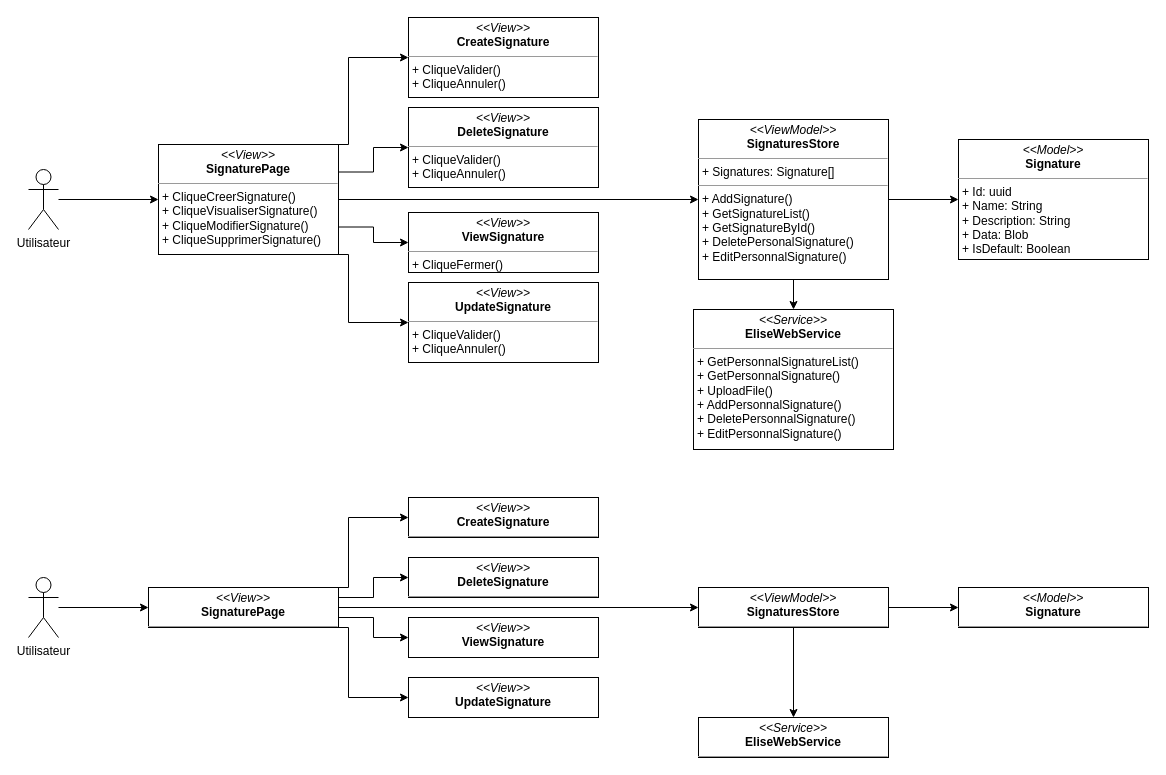
Earlier version of the draw.io diagram dcpSignatures.drawio (PFE-Neoledge-2023/rapport). Source tidied: cells renumbered, new cells numbered last; positions are measured from the earlier drawing's top-left corner, leaving out a move shared by most shapes. Both pictures are drawn from the tidied source at 100%, with x=0, y=0 at pixel (28, 17).
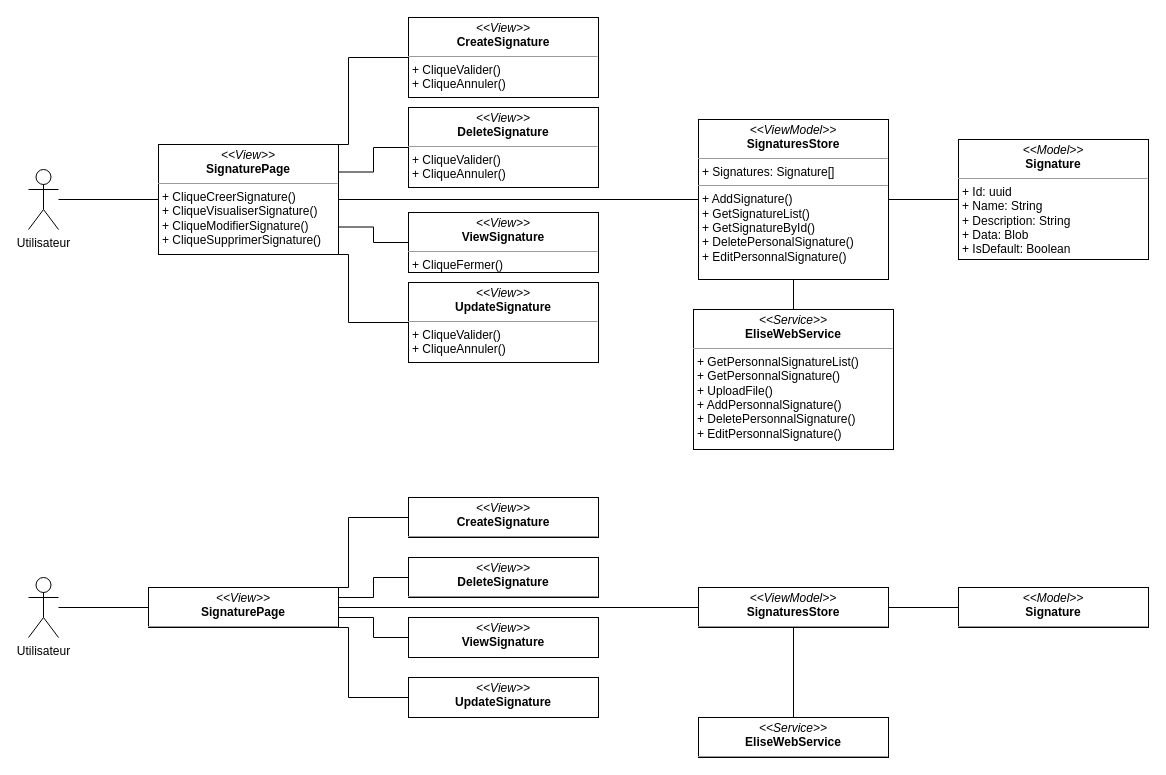
After the change.

The change refers to these unchanged cells:
```xml
<mxCell id="3" value="Utilisateur" style="shape=umlActor;verticalLabelPosition=bottom;verticalAlign=top;html=1;outlineConnect=0;" parent="1" vertex="1">
  <mxGeometry y="152" width="30" height="60" as="geometry" />
</mxCell>
<mxCell id="9" value="&lt;p style=&quot;margin:0px;margin-top:4px;text-align:center;&quot;&gt;&lt;i&gt;&amp;lt;&amp;lt;View&amp;gt;&amp;gt;&lt;/i&gt;&lt;br&gt;&lt;b&gt;SignaturePage&lt;/b&gt;&lt;br&gt;&lt;/p&gt;&lt;hr style=&quot;border-color: var(--border-color);&quot; size=&quot;1&quot;&gt;&lt;p style=&quot;border-color: var(--border-color); margin: 0px 0px 0px 4px;&quot;&gt;+ CliqueCreerSignature()&lt;/p&gt;&lt;p style=&quot;border-color: var(--border-color); margin: 0px 0px 0px 4px;&quot;&gt;+ CliqueVisualiserSignature()&lt;/p&gt;&lt;p style=&quot;border-color: var(--border-color); margin: 0px 0px 0px 4px;&quot;&gt;+ CliqueModifierSignature()&lt;/p&gt;&lt;p style=&quot;border-color: var(--border-color); margin: 0px 0px 0px 4px;&quot;&gt;+ CliqueSupprimerSignature()&lt;/p&gt;" style="verticalAlign=top;align=left;overflow=fill;fontSize=12;fontFamily=Helvetica;html=1;whiteSpace=wrap;" parent="1" vertex="1">
  <mxGeometry x="130" y="127" width="180" height="110" as="geometry" />
</mxCell>
<mxCell id="11" value="&lt;p style=&quot;margin:0px;margin-top:4px;text-align:center;&quot;&gt;&lt;i&gt;&amp;lt;&amp;lt;ViewModel&amp;gt;&amp;gt;&lt;/i&gt;&lt;br&gt;&lt;b&gt;SignaturesStore&lt;/b&gt;&lt;/p&gt;&lt;hr size=&quot;1&quot;&gt;&lt;p style=&quot;margin:0px;margin-left:4px;&quot;&gt;+ Signatures: Signature[]&lt;br&gt;&lt;/p&gt;&lt;hr size=&quot;1&quot;&gt;&lt;p style=&quot;margin:0px;margin-left:4px;&quot;&gt;+ AddSignature()&lt;/p&gt;&lt;p style=&quot;margin:0px;margin-left:4px;&quot;&gt;+ GetSignatureList()&lt;/p&gt;&lt;p style=&quot;margin: 0px 0px 0px 4px;&quot;&gt;+ GetSignatureById()&lt;/p&gt;&lt;p style=&quot;margin:0px;margin-left:4px;&quot;&gt;+ DeletePersonalSignature()&lt;/p&gt;&lt;p style=&quot;margin:0px;margin-left:4px;&quot;&gt;+ EditPersonnalSignature()&lt;/p&gt;" style="verticalAlign=top;align=left;overflow=fill;fontSize=12;fontFamily=Helvetica;html=1;whiteSpace=wrap;" parent="1" vertex="1">
  <mxGeometry x="670" y="102" width="190" height="160" as="geometry" />
</mxCell>
<mxCell id="12" value="&lt;p style=&quot;margin:0px;margin-top:4px;text-align:center;&quot;&gt;&lt;i&gt;&amp;lt;&amp;lt;View&amp;gt;&amp;gt;&lt;/i&gt;&lt;br&gt;&lt;b&gt;CreateSignature&lt;/b&gt;&lt;/p&gt;&lt;hr size=&quot;1&quot;&gt;&lt;p style=&quot;margin:0px;margin-left:4px;&quot;&gt;&lt;/p&gt;&lt;p style=&quot;margin:0px;margin-left:4px;&quot;&gt;+ CliqueValider()&lt;/p&gt;&lt;p style=&quot;margin:0px;margin-left:4px;&quot;&gt;+ CliqueAnnuler()&lt;/p&gt;" style="verticalAlign=top;align=left;overflow=fill;fontSize=12;fontFamily=Helvetica;html=1;whiteSpace=wrap;" parent="1" vertex="1">
  <mxGeometry x="380" width="190" height="80" as="geometry" />
</mxCell>
<mxCell id="13" value="&lt;p style=&quot;margin:0px;margin-top:4px;text-align:center;&quot;&gt;&lt;i&gt;&amp;lt;&amp;lt;View&amp;gt;&amp;gt;&lt;/i&gt;&lt;br&gt;&lt;b&gt;UpdateSignature&lt;/b&gt;&lt;/p&gt;&lt;hr size=&quot;1&quot;&gt;&lt;p style=&quot;margin:0px;margin-left:4px;&quot;&gt;&lt;/p&gt;&lt;p style=&quot;border-color: var(--border-color); margin: 0px 0px 0px 4px;&quot;&gt;+ CliqueValider()&lt;/p&gt;&lt;p style=&quot;border-color: var(--border-color); margin: 0px 0px 0px 4px;&quot;&gt;+ CliqueAnnuler()&lt;/p&gt;" style="verticalAlign=top;align=left;overflow=fill;fontSize=12;fontFamily=Helvetica;html=1;whiteSpace=wrap;" parent="1" vertex="1">
  <mxGeometry x="380" y="265" width="190" height="80" as="geometry" />
</mxCell>
<mxCell id="14" value="&lt;p style=&quot;margin:0px;margin-top:4px;text-align:center;&quot;&gt;&lt;i&gt;&amp;lt;&amp;lt;View&amp;gt;&amp;gt;&lt;/i&gt;&lt;br&gt;&lt;b&gt;DeleteSignature&lt;/b&gt;&lt;/p&gt;&lt;hr size=&quot;1&quot;&gt;&lt;p style=&quot;margin:0px;margin-left:4px;&quot;&gt;&lt;/p&gt;&lt;p style=&quot;border-color: var(--border-color); margin: 0px 0px 0px 4px;&quot;&gt;+ CliqueValider()&lt;/p&gt;&lt;p style=&quot;border-color: var(--border-color); margin: 0px 0px 0px 4px;&quot;&gt;+ CliqueAnnuler()&lt;/p&gt;" style="verticalAlign=top;align=left;overflow=fill;fontSize=12;fontFamily=Helvetica;html=1;whiteSpace=wrap;" parent="1" vertex="1">
  <mxGeometry x="380" y="90" width="190" height="80" as="geometry" />
</mxCell>
<mxCell id="15" value="&lt;p style=&quot;margin:0px;margin-top:4px;text-align:center;&quot;&gt;&lt;i&gt;&amp;lt;&amp;lt;View&amp;gt;&amp;gt;&lt;/i&gt;&lt;br&gt;&lt;b&gt;ViewSignature&lt;/b&gt;&lt;/p&gt;&lt;hr size=&quot;1&quot;&gt;&lt;p style=&quot;margin:0px;margin-left:4px;&quot;&gt;&lt;/p&gt;&lt;p style=&quot;border-color: var(--border-color); margin: 0px 0px 0px 4px;&quot;&gt;+ CliqueFermer()&lt;/p&gt;" style="verticalAlign=top;align=left;overflow=fill;fontSize=12;fontFamily=Helvetica;html=1;whiteSpace=wrap;" parent="1" vertex="1">
  <mxGeometry x="380" y="195" width="190" height="60" as="geometry" />
</mxCell>
<mxCell id="16" value="&lt;p style=&quot;margin:0px;margin-top:4px;text-align:center;&quot;&gt;&lt;i&gt;&amp;lt;&amp;lt;Model&amp;gt;&amp;gt;&lt;/i&gt;&lt;br&gt;&lt;b&gt;Signature&lt;/b&gt;&lt;/p&gt;&lt;hr size=&quot;1&quot;&gt;&lt;p style=&quot;margin:0px;margin-left:4px;&quot;&gt;+ Id: uuid&lt;br&gt;&lt;/p&gt;&lt;p style=&quot;margin:0px;margin-left:4px;&quot;&gt;+ Name: String&lt;/p&gt;&lt;p style=&quot;margin:0px;margin-left:4px;&quot;&gt;+ Description: String&lt;/p&gt;&lt;p style=&quot;margin:0px;margin-left:4px;&quot;&gt;+ Data: Blob&lt;/p&gt;&lt;p style=&quot;margin:0px;margin-left:4px;&quot;&gt;+ IsDefault: Boolean&lt;/p&gt;" style="verticalAlign=top;align=left;overflow=fill;fontSize=12;fontFamily=Helvetica;html=1;whiteSpace=wrap;" parent="1" vertex="1">
  <mxGeometry x="930" y="122" width="190" height="120" as="geometry" />
</mxCell>
<mxCell id="18" value="&lt;p style=&quot;margin:0px;margin-top:4px;text-align:center;&quot;&gt;&lt;i&gt;&amp;lt;&amp;lt;Service&amp;gt;&amp;gt;&lt;/i&gt;&lt;br&gt;&lt;b&gt;EliseWebService&lt;/b&gt;&lt;/p&gt;&lt;hr size=&quot;1&quot;&gt;&lt;p style=&quot;margin:0px;margin-left:4px;&quot;&gt;&lt;/p&gt;&lt;p style=&quot;margin:0px;margin-left:4px;&quot;&gt;+ GetPersonnalSignatureList()&lt;/p&gt;&lt;p style=&quot;margin:0px;margin-left:4px;&quot;&gt;+ GetPersonnalSignature()&lt;/p&gt;&lt;p style=&quot;margin:0px;margin-left:4px;&quot;&gt;+ UploadFile()&lt;/p&gt;&lt;p style=&quot;margin:0px;margin-left:4px;&quot;&gt;+ AddPersonnalSignature()&lt;/p&gt;&lt;p style=&quot;margin:0px;margin-left:4px;&quot;&gt;+ DeletePersonnalSignature()&lt;/p&gt;&lt;p style=&quot;margin:0px;margin-left:4px;&quot;&gt;+ EditPersonnalSignature()&lt;br&gt;&lt;/p&gt;" style="verticalAlign=top;align=left;overflow=fill;fontSize=12;fontFamily=Helvetica;html=1;whiteSpace=wrap;" parent="1" vertex="1">
  <mxGeometry x="665" y="292" width="200" height="140" as="geometry" />
</mxCell>
<mxCell id="20" value="Utilisateur" style="shape=umlActor;verticalLabelPosition=bottom;verticalAlign=top;html=1;outlineConnect=0;" parent="1" vertex="1">
  <mxGeometry y="560" width="30" height="60" as="geometry" />
</mxCell>
<mxCell id="26" value="&lt;p style=&quot;margin:0px;margin-top:4px;text-align:center;&quot;&gt;&lt;i&gt;&amp;lt;&amp;lt;View&amp;gt;&amp;gt;&lt;/i&gt;&lt;br&gt;&lt;b&gt;SignaturePage&lt;/b&gt;&lt;br&gt;&lt;/p&gt;&lt;hr size=&quot;1&quot;&gt;&lt;p style=&quot;margin:0px;margin-left:4px;&quot;&gt;&lt;/p&gt;&lt;p style=&quot;margin:0px;margin-left:4px;&quot;&gt;&lt;br&gt;&lt;/p&gt;" style="verticalAlign=top;align=left;overflow=fill;fontSize=12;fontFamily=Helvetica;html=1;whiteSpace=wrap;" parent="1" vertex="1">
  <mxGeometry x="120" y="570" width="190" height="40" as="geometry" />
</mxCell>
<mxCell id="28" value="&lt;p style=&quot;margin:0px;margin-top:4px;text-align:center;&quot;&gt;&lt;i&gt;&amp;lt;&amp;lt;ViewModel&amp;gt;&amp;gt;&lt;/i&gt;&lt;br&gt;&lt;b&gt;SignaturesStore&lt;/b&gt;&lt;br&gt;&lt;/p&gt;&lt;hr size=&quot;1&quot;&gt;&lt;p style=&quot;margin:0px;margin-left:4px;&quot;&gt;&lt;br&gt;&lt;/p&gt;" style="verticalAlign=top;align=left;overflow=fill;fontSize=12;fontFamily=Helvetica;html=1;whiteSpace=wrap;" parent="1" vertex="1">
  <mxGeometry x="670" y="570" width="190" height="40" as="geometry" />
</mxCell>
<mxCell id="29" value="&lt;p style=&quot;margin:0px;margin-top:4px;text-align:center;&quot;&gt;&lt;i&gt;&amp;lt;&amp;lt;View&amp;gt;&amp;gt;&lt;/i&gt;&lt;br&gt;&lt;b&gt;CreateSignature&lt;/b&gt;&lt;br&gt;&lt;/p&gt;&lt;hr size=&quot;1&quot;&gt;&lt;p style=&quot;margin:0px;margin-left:4px;&quot;&gt;&lt;/p&gt;&lt;p style=&quot;margin:0px;margin-left:4px;&quot;&gt;&lt;br&gt;&lt;/p&gt;" style="verticalAlign=top;align=left;overflow=fill;fontSize=12;fontFamily=Helvetica;html=1;whiteSpace=wrap;" parent="1" vertex="1">
  <mxGeometry x="380" y="480" width="190" height="40" as="geometry" />
</mxCell>
<mxCell id="30" value="&lt;p style=&quot;margin:0px;margin-top:4px;text-align:center;&quot;&gt;&lt;i&gt;&amp;lt;&amp;lt;View&amp;gt;&amp;gt;&lt;/i&gt;&lt;br&gt;&lt;b&gt;UpdateSignature&lt;/b&gt;&lt;br&gt;&lt;/p&gt;&lt;div&gt;&lt;b&gt;&lt;br&gt;&lt;/b&gt;&lt;/div&gt;&lt;hr size=&quot;1&quot;&gt;&lt;p style=&quot;margin:0px;margin-left:4px;&quot;&gt;&lt;/p&gt;&lt;p style=&quot;margin:0px;margin-left:4px;&quot;&gt;&lt;br&gt;&lt;/p&gt;" style="verticalAlign=top;align=left;overflow=fill;fontSize=12;fontFamily=Helvetica;html=1;whiteSpace=wrap;" parent="1" vertex="1">
  <mxGeometry x="380" y="660" width="190" height="40" as="geometry" />
</mxCell>
<mxCell id="31" value="&lt;p style=&quot;margin:0px;margin-top:4px;text-align:center;&quot;&gt;&lt;i&gt;&amp;lt;&amp;lt;View&amp;gt;&amp;gt;&lt;/i&gt;&lt;br&gt;&lt;b&gt;DeleteSignature&lt;/b&gt;&lt;br&gt;&lt;/p&gt;&lt;hr size=&quot;1&quot;&gt;&lt;p style=&quot;margin:0px;margin-left:4px;&quot;&gt;&lt;/p&gt;&lt;p style=&quot;margin:0px;margin-left:4px;&quot;&gt;&lt;br&gt;&lt;/p&gt;" style="verticalAlign=top;align=left;overflow=fill;fontSize=12;fontFamily=Helvetica;html=1;whiteSpace=wrap;" parent="1" vertex="1">
  <mxGeometry x="380" y="540" width="190" height="40" as="geometry" />
</mxCell>
<mxCell id="32" value="&lt;p style=&quot;margin:0px;margin-top:4px;text-align:center;&quot;&gt;&lt;i&gt;&amp;lt;&amp;lt;View&amp;gt;&amp;gt;&lt;/i&gt;&lt;br&gt;&lt;b&gt;ViewSignature&lt;/b&gt;&lt;br&gt;&lt;/p&gt;&lt;div&gt;&lt;b&gt;&lt;br&gt;&lt;/b&gt;&lt;/div&gt;&lt;hr size=&quot;1&quot;&gt;&lt;p style=&quot;margin:0px;margin-left:4px;&quot;&gt;&lt;/p&gt;&lt;p style=&quot;margin:0px;margin-left:4px;&quot;&gt;&lt;br&gt;&lt;/p&gt;" style="verticalAlign=top;align=left;overflow=fill;fontSize=12;fontFamily=Helvetica;html=1;whiteSpace=wrap;" parent="1" vertex="1">
  <mxGeometry x="380" y="600" width="190" height="40" as="geometry" />
</mxCell>
<mxCell id="33" value="&lt;p style=&quot;margin:0px;margin-top:4px;text-align:center;&quot;&gt;&lt;i&gt;&amp;lt;&amp;lt;Model&amp;gt;&amp;gt;&lt;/i&gt;&lt;br&gt;&lt;b&gt;Signature&lt;/b&gt;&lt;/p&gt;&lt;hr size=&quot;1&quot;&gt;&lt;p style=&quot;margin:0px;margin-left:4px;&quot;&gt;&lt;br&gt;&lt;/p&gt;" style="verticalAlign=top;align=left;overflow=fill;fontSize=12;fontFamily=Helvetica;html=1;whiteSpace=wrap;" parent="1" vertex="1">
  <mxGeometry x="930" y="570" width="190" height="40" as="geometry" />
</mxCell>
<mxCell id="35" value="&lt;p style=&quot;margin:0px;margin-top:4px;text-align:center;&quot;&gt;&lt;i&gt;&amp;lt;&amp;lt;Service&amp;gt;&amp;gt;&lt;/i&gt;&lt;br&gt;&lt;b&gt;EliseWebService&lt;/b&gt;&lt;/p&gt;&lt;hr size=&quot;1&quot;&gt;&lt;p style=&quot;margin:0px;margin-left:4px;&quot;&gt;&lt;/p&gt;&lt;p style=&quot;margin:0px;margin-left:4px;&quot;&gt;&lt;br&gt;&lt;/p&gt;" style="verticalAlign=top;align=left;overflow=fill;fontSize=12;fontFamily=Helvetica;html=1;whiteSpace=wrap;" parent="1" vertex="1">
  <mxGeometry x="670" y="700" width="190" height="40" as="geometry" />
</mxCell>
```

What changed in the source:
```diff
@@
-    <mxCell id="2" style="edgeStyle=orthogonalEdgeStyle;rounded=0;jettySize=auto;html=1;entryX=0;entryY=0.5;entryDx=0;entryDy=0;" parent="1" edge="1" source="3" target="9">
+    <mxCell id="2" style="edgeStyle=orthogonalEdgeStyle;rounded=0;jettySize=auto;html=1;entryX=0;entryY=0.5;entryDx=0;entryDy=0;endArrow=none;endFill=0;" parent="1" edge="1" source="3" target="9">
       <mxGeometry relative="1" as="geometry" />
     </mxCell>
@@
-    <mxCell id="4" style="edgeStyle=orthogonalEdgeStyle;rounded=0;jettySize=auto;html=1;entryX=0;entryY=0.5;entryDx=0;entryDy=0;startArrow=none;startFill=0;" parent="1" edge="1" source="9" target="11">
+    <mxCell id="4" style="edgeStyle=orthogonalEdgeStyle;rounded=0;jettySize=auto;html=1;entryX=0;entryY=0.5;entryDx=0;entryDy=0;startArrow=none;startFill=0;endArrow=none;endFill=0;" parent="1" edge="1" source="9" target="11">
       <mxGeometry relative="1" as="geometry" />
     </mxCell>
-    <mxCell id="5" style="edgeStyle=orthogonalEdgeStyle;html=1;exitX=1;exitY=0.25;exitDx=0;exitDy=0;entryX=0;entryY=0.5;entryDx=0;entryDy=0;startArrow=none;startFill=0;endArrow=classic;endFill=1;rounded=0;" parent="1" edge="1" source="9" target="14">
+    <mxCell id="5" style="edgeStyle=orthogonalEdgeStyle;html=1;exitX=1;exitY=0.25;exitDx=0;exitDy=0;entryX=0;entryY=0.5;entryDx=0;entryDy=0;startArrow=none;startFill=0;endArrow=none;endFill=0;rounded=0;" parent="1" edge="1" source="9" target="14">
       <mxGeometry relative="1" as="geometry" />
     </mxCell>
-    <mxCell id="6" style="edgeStyle=orthogonalEdgeStyle;rounded=0;html=1;exitX=1;exitY=0;exitDx=0;exitDy=0;entryX=0;entryY=0.5;entryDx=0;entryDy=0;startArrow=none;startFill=0;endArrow=classic;endFill=1;" parent="1" edge="1" source="9" target="12">
+    <mxCell id="6" style="edgeStyle=orthogonalEdgeStyle;rounded=0;html=1;exitX=1;exitY=0;exitDx=0;exitDy=0;entryX=0;entryY=0.5;entryDx=0;entryDy=0;startArrow=none;startFill=0;endArrow=none;endFill=0;" parent="1" edge="1" source="9" target="12">
       <mxGeometry relative="1" as="geometry">
         <Array as="points">
           <mxPoint x="320" y="127" />
           <mxPoint x="320" y="40" />
         </Array>
       </mxGeometry>
     </mxCell>
-    <mxCell id="7" style="edgeStyle=orthogonalEdgeStyle;rounded=0;html=1;exitX=1;exitY=0.75;exitDx=0;exitDy=0;entryX=0;entryY=0.5;entryDx=0;entryDy=0;startArrow=none;startFill=0;endArrow=classic;endFill=1;" parent="1" edge="1" source="9" target="15">
+    <mxCell id="7" style="edgeStyle=orthogonalEdgeStyle;rounded=0;html=1;exitX=1;exitY=0.75;exitDx=0;exitDy=0;entryX=0;entryY=0.5;entryDx=0;entryDy=0;startArrow=none;startFill=0;endArrow=none;endFill=0;" parent="1" edge="1" source="9" target="15">
       <mxGeometry relative="1" as="geometry" />
     </mxCell>
-    <mxCell id="8" style="edgeStyle=orthogonalEdgeStyle;rounded=0;html=1;exitX=1;exitY=1;exitDx=0;exitDy=0;entryX=0;entryY=0.5;entryDx=0;entryDy=0;startArrow=none;startFill=0;endArrow=classic;endFill=1;" parent="1" edge="1" source="9" target="13">
+    <mxCell id="8" style="edgeStyle=orthogonalEdgeStyle;rounded=0;html=1;exitX=1;exitY=1;exitDx=0;exitDy=0;entryX=0;entryY=0.5;entryDx=0;entryDy=0;startArrow=none;startFill=0;endArrow=none;endFill=0;" parent="1" edge="1" source="9" target="13">
       <mxGeometry relative="1" as="geometry">
         <Array as="points">
           <mxPoint x="320" y="237" />
           <mxPoint x="320" y="305" />
         </Array>
       </mxGeometry>
     </mxCell>
@@
-    <mxCell id="10" style="edgeStyle=orthogonalEdgeStyle;rounded=0;jettySize=auto;html=1;startArrow=none;startFill=0;" parent="1" edge="1" source="11" target="16">
+    <mxCell id="10" style="edgeStyle=orthogonalEdgeStyle;rounded=0;jettySize=auto;html=1;startArrow=none;startFill=0;endArrow=none;endFill=0;" parent="1" edge="1" source="11" target="16">
       <mxGeometry relative="1" as="geometry" />
     </mxCell>
@@
-    <mxCell id="17" style="edgeStyle=orthogonalEdgeStyle;rounded=0;jettySize=auto;html=1;entryX=0.5;entryY=1;entryDx=0;entryDy=0;startArrow=classic;startFill=1;endArrow=none;endFill=0;" parent="1" edge="1" source="18" target="11">
+    <mxCell id="17" style="edgeStyle=orthogonalEdgeStyle;rounded=0;jettySize=auto;html=1;entryX=0.5;entryY=1;entryDx=0;entryDy=0;startArrow=none;startFill=0;endArrow=none;endFill=0;" parent="1" edge="1" source="18" target="11">
       <mxGeometry relative="1" as="geometry" />
     </mxCell>
@@
-    <mxCell id="19" style="edgeStyle=orthogonalEdgeStyle;rounded=0;jettySize=auto;html=1;entryX=0;entryY=0.5;entryDx=0;entryDy=0;" parent="1" edge="1" source="20" target="26">
+    <mxCell id="19" style="edgeStyle=orthogonalEdgeStyle;rounded=0;jettySize=auto;html=1;entryX=0;entryY=0.5;entryDx=0;entryDy=0;endArrow=none;endFill=0;" parent="1" edge="1" source="20" target="26">
       <mxGeometry relative="1" as="geometry" />
     </mxCell>
@@
-    <mxCell id="21" style="edgeStyle=orthogonalEdgeStyle;rounded=0;jettySize=auto;html=1;entryX=0;entryY=0.5;entryDx=0;entryDy=0;startArrow=none;startFill=0;" parent="1" edge="1" source="26" target="28">
+    <mxCell id="21" style="edgeStyle=orthogonalEdgeStyle;rounded=0;jettySize=auto;html=1;entryX=0;entryY=0.5;entryDx=0;entryDy=0;startArrow=none;startFill=0;endArrow=none;endFill=0;" parent="1" edge="1" source="26" target="28">
       <mxGeometry relative="1" as="geometry" />
     </mxCell>
-    <mxCell id="22" style="edgeStyle=orthogonalEdgeStyle;rounded=0;html=1;exitX=1;exitY=0;exitDx=0;exitDy=0;entryX=0;entryY=0.5;entryDx=0;entryDy=0;startArrow=none;startFill=0;endArrow=classic;endFill=1;" parent="1" edge="1" source="26" target="29">
+    <mxCell id="22" style="edgeStyle=orthogonalEdgeStyle;rounded=0;html=1;exitX=1;exitY=0;exitDx=0;exitDy=0;entryX=0;entryY=0.5;entryDx=0;entryDy=0;startArrow=none;startFill=0;endArrow=none;endFill=0;" parent="1" edge="1" source="26" target="29">
       <mxGeometry relative="1" as="geometry">
         <Array as="points">
           <mxPoint x="320" y="570" />
           <mxPoint x="320" y="500" />
         </Array>
       </mxGeometry>
     </mxCell>
-    <mxCell id="23" style="edgeStyle=orthogonalEdgeStyle;rounded=0;html=1;exitX=1;exitY=0.25;exitDx=0;exitDy=0;entryX=0;entryY=0.5;entryDx=0;entryDy=0;startArrow=none;startFill=0;endArrow=classic;endFill=1;" parent="1" edge="1" source="26" target="31">
+    <mxCell id="23" style="edgeStyle=orthogonalEdgeStyle;rounded=0;html=1;exitX=1;exitY=0.25;exitDx=0;exitDy=0;entryX=0;entryY=0.5;entryDx=0;entryDy=0;startArrow=none;startFill=0;endArrow=none;endFill=0;" parent="1" edge="1" source="26" target="31">
       <mxGeometry relative="1" as="geometry" />
     </mxCell>
-    <mxCell id="24" style="edgeStyle=orthogonalEdgeStyle;rounded=0;html=1;exitX=1;exitY=0.75;exitDx=0;exitDy=0;entryX=0;entryY=0.5;entryDx=0;entryDy=0;startArrow=none;startFill=0;endArrow=classic;endFill=1;" parent="1" edge="1" source="26" target="32">
+    <mxCell id="24" style="edgeStyle=orthogonalEdgeStyle;rounded=0;html=1;exitX=1;exitY=0.75;exitDx=0;exitDy=0;entryX=0;entryY=0.5;entryDx=0;entryDy=0;startArrow=none;startFill=0;endArrow=none;endFill=0;" parent="1" edge="1" source="26" target="32">
       <mxGeometry relative="1" as="geometry" />
     </mxCell>
-    <mxCell id="25" style="edgeStyle=orthogonalEdgeStyle;rounded=0;html=1;exitX=1;exitY=1;exitDx=0;exitDy=0;entryX=0;entryY=0.5;entryDx=0;entryDy=0;startArrow=none;startFill=0;endArrow=classic;endFill=1;" parent="1" edge="1" source="26" target="30">
+    <mxCell id="25" style="edgeStyle=orthogonalEdgeStyle;rounded=0;html=1;exitX=1;exitY=1;exitDx=0;exitDy=0;entryX=0;entryY=0.5;entryDx=0;entryDy=0;startArrow=none;startFill=0;endArrow=none;endFill=0;" parent="1" edge="1" source="26" target="30">
       <mxGeometry relative="1" as="geometry">
         <Array as="points">
           <mxPoint x="320" y="610" />
           <mxPoint x="320" y="680" />
         </Array>
       </mxGeometry>
     </mxCell>
@@
-    <mxCell id="27" style="edgeStyle=orthogonalEdgeStyle;rounded=0;jettySize=auto;html=1;startArrow=none;startFill=0;" parent="1" edge="1" source="28" target="33">
+    <mxCell id="27" style="edgeStyle=orthogonalEdgeStyle;rounded=0;jettySize=auto;html=1;startArrow=none;startFill=0;endArrow=none;endFill=0;" parent="1" edge="1" source="28" target="33">
       <mxGeometry relative="1" as="geometry" />
     </mxCell>
@@
-    <mxCell id="34" style="edgeStyle=orthogonalEdgeStyle;rounded=0;jettySize=auto;html=1;entryX=0.5;entryY=1;entryDx=0;entryDy=0;startArrow=classic;startFill=1;endArrow=none;endFill=0;" parent="1" edge="1" source="35" target="28">
+    <mxCell id="34" style="edgeStyle=orthogonalEdgeStyle;rounded=0;jettySize=auto;html=1;entryX=0.5;entryY=1;entryDx=0;entryDy=0;startArrow=none;startFill=0;endArrow=none;endFill=0;" parent="1" edge="1" source="35" target="28">
       <mxGeometry relative="1" as="geometry" />
     </mxCell>
```
